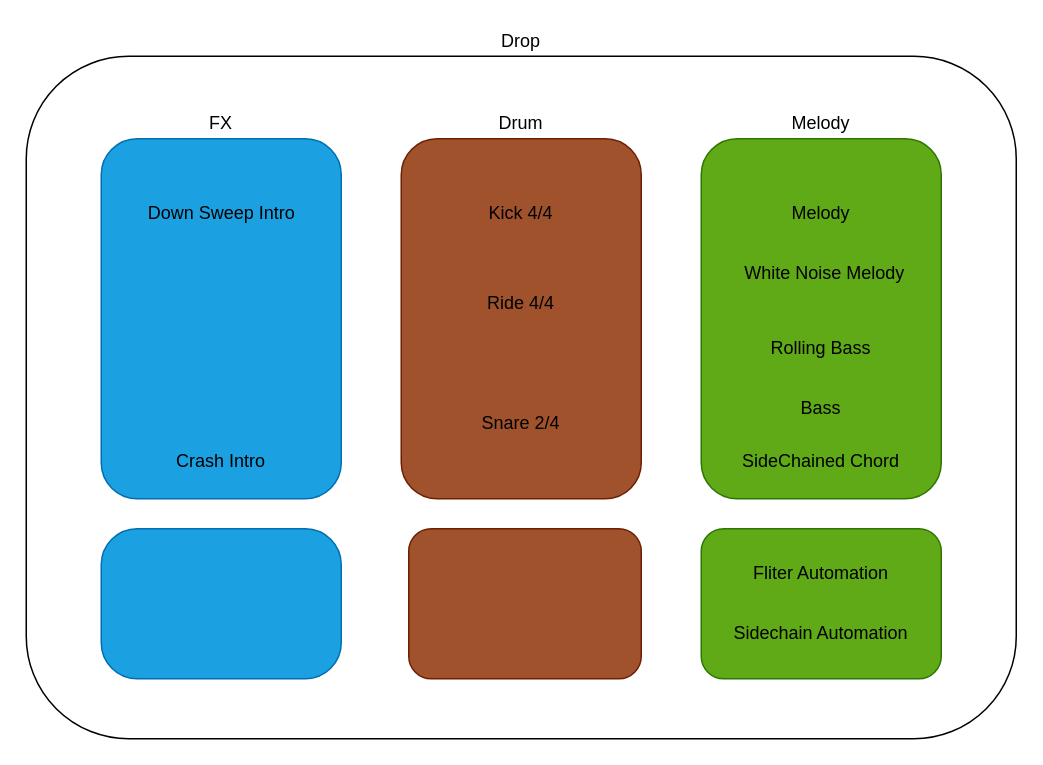
Above: Pro House Drop.drawio in houance/Music-Illustration (draw.io), before the change. Source tidied: cells renumbered, new cells numbered last; positions are measured from the earlier drawing's top-left corner, leaving out a move shared by most shapes. Both pictures are drawn from the tidied source at 150%, with x=0, y=0 at pixel (26, 26).
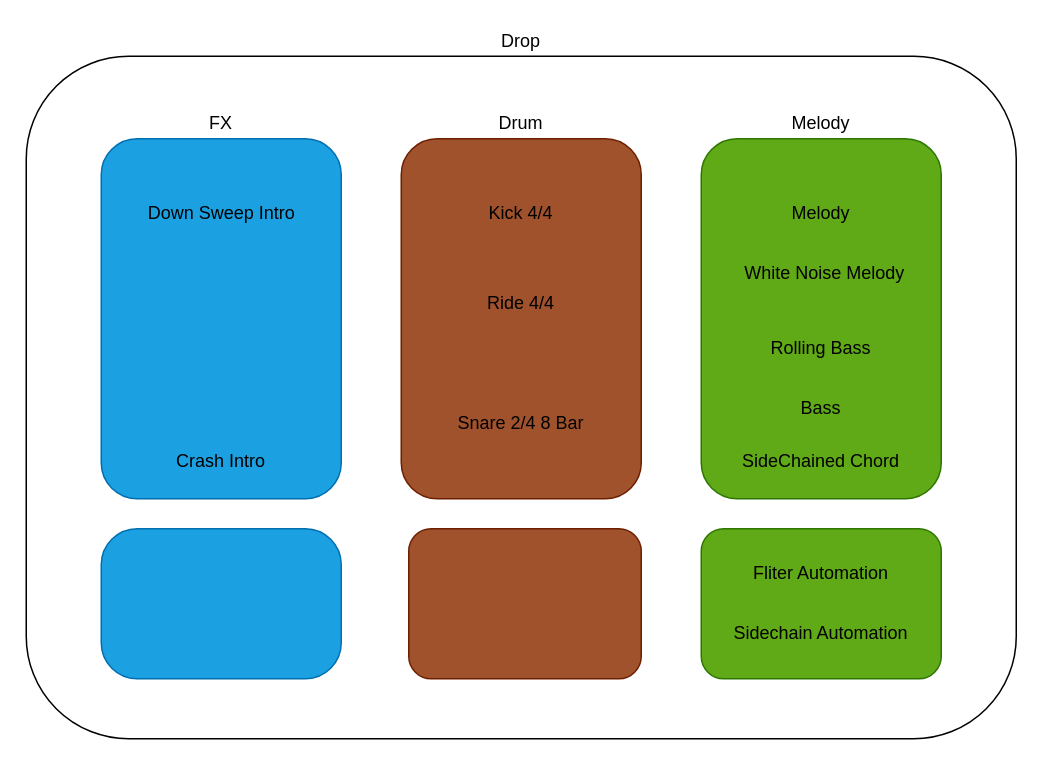
The same page after the edit.

Diff of the diagram source:
```diff
@@
-    <mxCell id="24" value="Snare 2/4" style="text;html=1;strokeColor=none;fillColor=none;align=center;verticalAlign=middle;whiteSpace=wrap;rounded=0;" parent="1" vertex="1">
+    <mxCell id="24" value="Snare 2/4 8 Bar" style="text;html=1;strokeColor=none;fillColor=none;align=center;verticalAlign=middle;whiteSpace=wrap;rounded=0;" parent="1" vertex="1">
       <mxGeometry x="235" y="255" width="190" height="20" as="geometry" />
     </mxCell>
```
